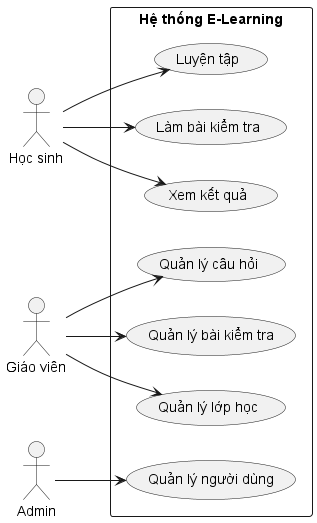
Above: out/usecase/usecase/use case tổng quát.png in Faythpromax/E-Learning (PlantUML), before the change.
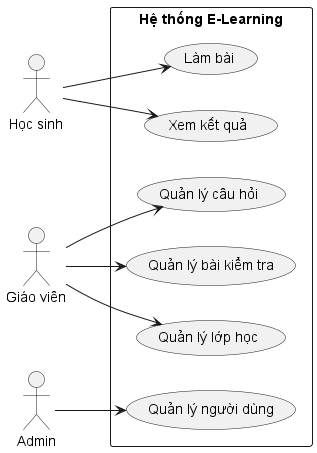
The same file after the commit.

What changed in the source:
```diff
@@ -7,8 +7,7 @@
 
 rectangle "Hệ thống E-Learning" {
 
-    (Luyện tập) as Practice
-    (Làm bài kiểm tra) as Test
+    (Làm bài) as DoLearning
     (Xem kết quả) as Result
 
     (Quản lý câu hỏi) as ManageQ
@@ -18,8 +17,7 @@
     (Quản lý người dùng) as ManageU
 }
 
-Student --> Practice
-Student --> Test
+Student --> DoLearning
 Student --> Result
 
 Teacher --> ManageQ
```
